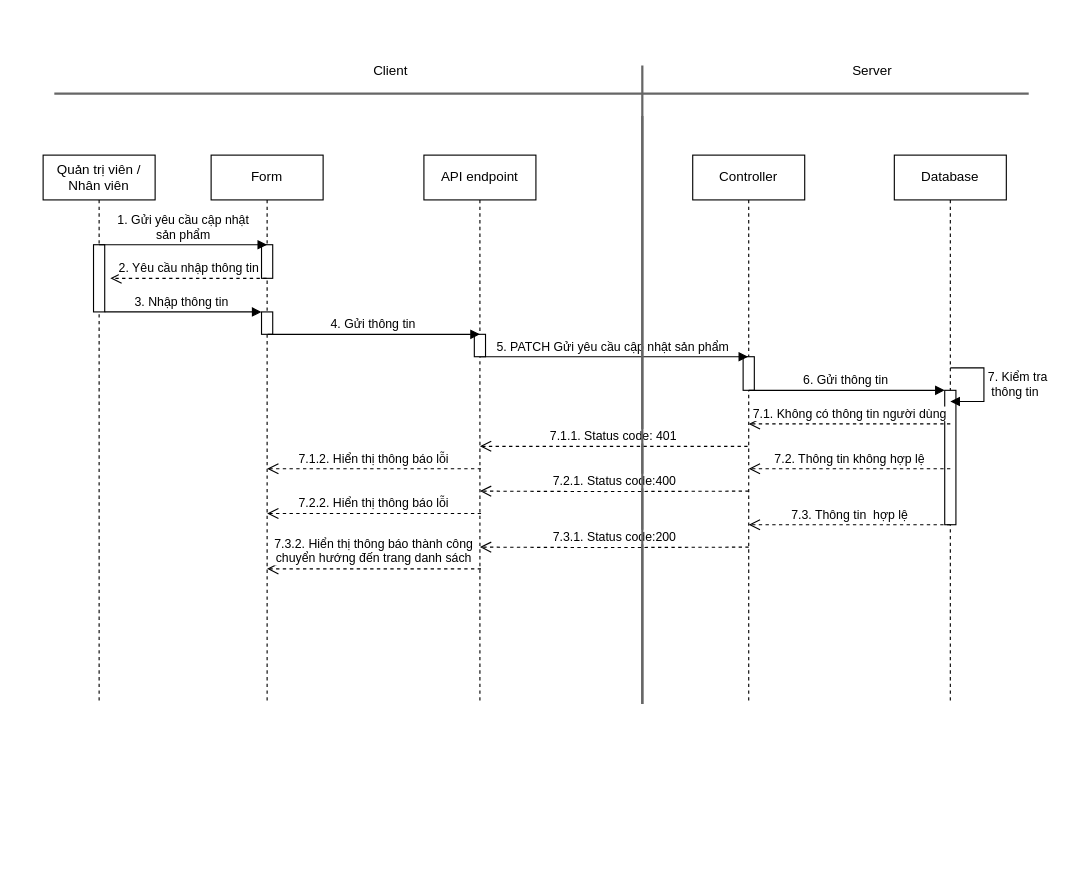
hieuNV0871/da keeps this draw.io diagram as page "Page-2" (2 of 5) of SD/SD_QUANLYSANPHAM.drawio. Above is the earlier version. Source tidied: cells renumbered, new cells numbered last; positions are measured from the earlier drawing's top-left corner, leaving out a move shared by most shapes. Both pictures are drawn from the tidied source at 112%, with x=0, y=0 at pixel (43, 54).
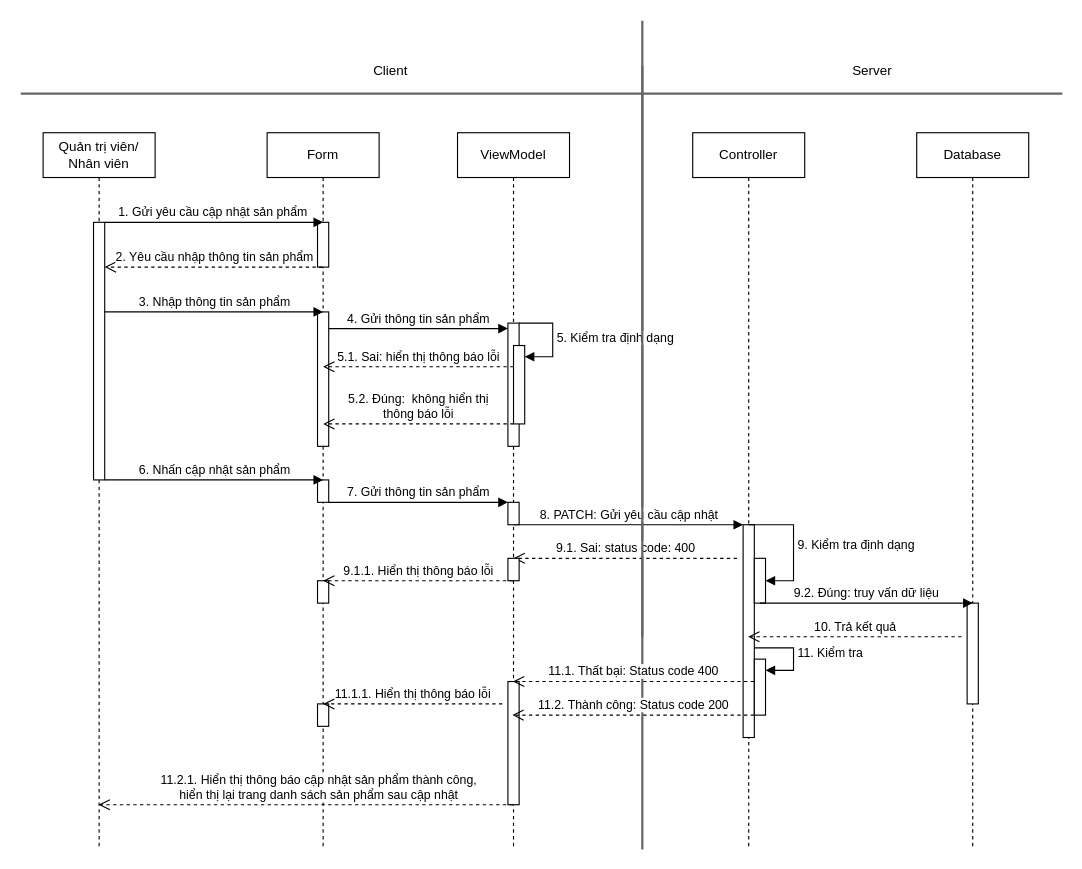
After the change.

Change to the diagram source:
```diff
@@
-    <mxCell id="2" value="Quản trị viên / Nhân viên" style="shape=umlLifeline;perimeter=lifelinePerimeter;whiteSpace=wrap;html=1;newEdgeStyle={&quot;curved&quot;:0,&quot;rounded&quot;:0};" parent="1" vertex="1">
-      <mxGeometry y="90" width="100" height="490" as="geometry" />
-    </mxCell>
-    <mxCell id="3" style="html=1;points=[[0,0,0,0,5],[0,1,0,0,-5],[1,0,0,0,5],[1,1,0,0,-5]];perimeter=orthogonalPerimeter;outlineConnect=0;targetShapes=umlLifeline;portConstraint=eastwest;newEdgeStyle={&quot;curved&quot;:0,&quot;rounded&quot;:0};" parent="2" vertex="1">
-      <mxGeometry x="45" y="80" width="10" height="60" as="geometry" />
-    </mxCell>
+    <mxCell id="34" style="line;strokeWidth=2;direction=south;html=1;fillColor=#f5f5f5;fontColor=#333333;strokeColor=#666666;" parent="1" vertex="1">
+      <mxGeometry x="530" y="-30" width="10" height="550" as="geometry" />
+    </mxCell>
+    <mxCell id="35" value="Quản trị viên/ Nhân viên" style="shape=umlLifeline;perimeter=lifelinePerimeter;whiteSpace=wrap;html=1;outlineConnect=0;portConstraint=eastwest;newEdgeStyle={&quot;curved&quot;:0,&quot;rounded&quot;:0};" parent="1" vertex="1">
+      <mxGeometry y="70" width="100" height="640" as="geometry" />
+    </mxCell>
+    <mxCell id="36" style="html=1;points=[[0,0,0,0,5],[0,1,0,0,-5],[1,0,0,0,5],[1,1,0,0,-5]];perimeter=orthogonalPerimeter;outlineConnect=0;targetShapes=umlLifeline;portConstraint=eastwest;newEdgeStyle={&quot;curved&quot;:0,&quot;rounded&quot;:0};" parent="35" vertex="1">
+      <mxGeometry x="45" y="80" width="10" height="230" as="geometry" />
+    </mxCell>
     <mxCell id="4" value="Form" style="shape=umlLifeline;perimeter=lifelinePerimeter;whiteSpace=wrap;html=1;outlineConnect=0;portConstraint=eastwest;newEdgeStyle={&quot;curved&quot;:0,&quot;rounded&quot;:0};" parent="1" vertex="1">
-      <mxGeometry x="150" y="90" width="100" height="490" as="geometry" />
+      <mxGeometry x="200" y="70" width="100" height="640" as="geometry" />
     </mxCell>
-    <mxCell id="5" style="html=1;perimeter=orthogonalPerimeter;targetShapes=umlLifeline;newEdgeStyle={&quot;curved&quot;:0,&quot;rounded&quot;:0};" parent="4" vertex="1">
-      <mxGeometry x="45" y="80" width="10" height="30" as="geometry" />
-    </mxCell>
-    <mxCell id="6" style="html=1;points=[[0,0,0,0,5],[0,1,0,0,-5],[1,0,0,0,5],[1,1,0,0,-5]];perimeter=orthogonalPerimeter;outlineConnect=0;targetShapes=umlLifeline;portConstraint=eastwest;newEdgeStyle={&quot;curved&quot;:0,&quot;rounded&quot;:0};" parent="4" vertex="1">
-      <mxGeometry x="45" y="140" width="10" height="20" as="geometry" />
-    </mxCell>
+    <mxCell id="37" style="html=1;perimeter=orthogonalPerimeter;targetShapes=umlLifeline;newEdgeStyle={&quot;curved&quot;:0,&quot;rounded&quot;:0};" parent="4" vertex="1">
+      <mxGeometry x="45" y="80" width="10" height="40" as="geometry" />
+    </mxCell>
+    <mxCell id="38" style="html=1;points=[[0,0,0,0,5],[0,1,0,0,-5],[1,0,0,0,5],[1,1,0,0,-5]];perimeter=orthogonalPerimeter;outlineConnect=0;targetShapes=umlLifeline;portConstraint=eastwest;newEdgeStyle={&quot;curved&quot;:0,&quot;rounded&quot;:0};" parent="4" vertex="1">
+      <mxGeometry x="45" y="160" width="10" height="120" as="geometry" />
+    </mxCell>
+    <mxCell id="39" style="html=1;perimeter=orthogonalPerimeter;targetShapes=umlLifeline;newEdgeStyle={&quot;curved&quot;:0,&quot;rounded&quot;:0};" parent="4" vertex="1">
+      <mxGeometry x="45" y="310" width="10" height="20" as="geometry" />
+    </mxCell>
+    <mxCell id="40" style="html=1;perimeter=orthogonalPerimeter;targetShapes=umlLifeline;newEdgeStyle={&quot;curved&quot;:0,&quot;rounded&quot;:0};" parent="4" vertex="1">
+      <mxGeometry x="45" y="400" width="10" height="20" as="geometry" />
+    </mxCell>
+    <mxCell id="41" style="html=1;perimeter=orthogonalPerimeter;targetShapes=umlLifeline;newEdgeStyle={&quot;curved&quot;:0,&quot;rounded&quot;:0};" parent="4" vertex="1">
+      <mxGeometry x="45" y="510" width="10" height="20" as="geometry" />
+    </mxCell>
     <mxCell id="7" value="Controller" style="shape=umlLifeline;perimeter=lifelinePerimeter;whiteSpace=wrap;html=1;outlineConnect=0;portConstraint=eastwest;newEdgeStyle={&quot;curved&quot;:0,&quot;rounded&quot;:0};" parent="1" vertex="1">
-      <mxGeometry x="580" y="90" width="100" height="490" as="geometry" />
+      <mxGeometry x="580" y="70" width="100" height="640" as="geometry" />
     </mxCell>
-    <mxCell id="8" style="html=1;perimeter=orthogonalPerimeter;targetShapes=umlLifeline;newEdgeStyle={&quot;curved&quot;:0,&quot;rounded&quot;:0};" parent="7" vertex="1">
-      <mxGeometry x="45" y="180" width="10" height="30" as="geometry" />
-    </mxCell>
-    <mxCell id="9" value="2. Yêu cầu nhập thông tin" style="html=1;verticalAlign=bottom;endArrow=open;dashed=1;endSize=8;curved=0;rounded=0;" parent="1" edge="1">
-      <mxGeometry relative="1" as="geometry">
-        <mxPoint x="199.5" y="200" as="sourcePoint" />
-        <mxPoint x="60" y="200" as="targetPoint" />
-        <Array as="points">
-          <mxPoint x="100" y="200" />
-        </Array>
-      </mxGeometry>
-    </mxCell>
-    <mxCell id="10" value="3. Nhập thông tin&amp;nbsp;" style="html=1;verticalAlign=bottom;endArrow=block;curved=0;rounded=0;" parent="1" edge="1" source="3" target="6">
-      <mxGeometry relative="1" as="geometry" />
-    </mxCell>
+    <mxCell id="42" style="html=1;points=[[0,0,0,0,5],[0,1,0,0,-5],[1,0,0,0,5],[1,1,0,0,-5]];perimeter=orthogonalPerimeter;outlineConnect=0;targetShapes=umlLifeline;portConstraint=eastwest;newEdgeStyle={&quot;curved&quot;:0,&quot;rounded&quot;:0};" parent="7" vertex="1">
+      <mxGeometry x="45" y="350" width="10" height="190" as="geometry" />
+    </mxCell>
+    <mxCell id="43" value="9. Kiểm tra định dạng" style="html=1;align=left;spacingLeft=2;endArrow=block;rounded=0;edgeStyle=orthogonalEdgeStyle;curved=0;rounded=0;exitX=0.5;exitY=0;exitDx=0;exitDy=0;exitPerimeter=0;" parent="7" edge="1" source="42" target="44">
+      <mxGeometry relative="1" as="geometry">
+        <Array as="points">
+          <mxPoint x="90" y="350" />
+          <mxPoint x="90" y="400" />
+        </Array>
+      </mxGeometry>
+    </mxCell>
+    <mxCell id="44" style="html=1;points=[[0,0,0,0,5],[0,1,0,0,-5],[1,0,0,0,5],[1,1,0,0,-5]];perimeter=orthogonalPerimeter;outlineConnect=0;targetShapes=umlLifeline;portConstraint=eastwest;newEdgeStyle={&quot;curved&quot;:0,&quot;rounded&quot;:0};" parent="7" vertex="1">
+      <mxGeometry x="55" y="380" width="10" height="40" as="geometry" />
+    </mxCell>
+    <mxCell id="45" style="html=1;points=[[0,0,0,0,5],[0,1,0,0,-5],[1,0,0,0,5],[1,1,0,0,-5]];perimeter=orthogonalPerimeter;outlineConnect=0;targetShapes=umlLifeline;portConstraint=eastwest;newEdgeStyle={&quot;curved&quot;:0,&quot;rounded&quot;:0};" parent="7" vertex="1">
+      <mxGeometry x="55" y="470" width="10" height="50" as="geometry" />
+    </mxCell>
+    <mxCell id="46" value="11. Kiểm tra" style="html=1;align=left;spacingLeft=2;endArrow=block;rounded=0;edgeStyle=orthogonalEdgeStyle;curved=0;rounded=0;" parent="7" edge="1" target="45">
+      <mxGeometry relative="1" as="geometry">
+        <mxPoint x="55" y="460" as="sourcePoint" />
+        <Array as="points">
+          <mxPoint x="90" y="460" />
+          <mxPoint x="90" y="480" />
+        </Array>
+      </mxGeometry>
+    </mxCell>
+    <mxCell id="47" value="2. Yêu cầu nhập thông tin sản phẩm" style="html=1;verticalAlign=bottom;endArrow=open;dashed=1;endSize=8;curved=0;rounded=0;" parent="1" edge="1" source="4" target="36">
+      <mxGeometry relative="1" as="geometry">
+        <Array as="points">
+          <mxPoint x="130" y="190" />
+        </Array>
+      </mxGeometry>
+    </mxCell>
+    <mxCell id="48" value="3. Nhập thông tin sản phẩm" style="html=1;verticalAlign=bottom;endArrow=block;curved=0;rounded=0;" parent="1" edge="1" source="36">
+      <mxGeometry relative="1" as="geometry">
+        <mxPoint x="250" y="230" as="targetPoint" />
+      </mxGeometry>
+    </mxCell>
-    <mxCell id="11" value="1. Gửi yêu cầu cập nhật&lt;br&gt;sản phẩm" style="html=1;verticalAlign=bottom;endArrow=block;curved=0;rounded=0;" parent="1" edge="1">
+    <mxCell id="11" value="1. Gửi yêu cầu cập nhật sản phẩm&amp;nbsp;" style="html=1;verticalAlign=bottom;endArrow=block;curved=0;rounded=0;" parent="1" edge="1">
       <mxGeometry relative="1" as="geometry">
-        <mxPoint x="50" y="170" as="sourcePoint" />
-        <mxPoint x="200" y="170" as="targetPoint" />
+        <mxPoint x="55" y="150" as="sourcePoint" />
+        <mxPoint x="250" y="150" as="targetPoint" />
       </mxGeometry>
     </mxCell>
-    <mxCell id="12" value="5. PATCH Gửi yêu cầu cập nhật sản phẩm&amp;nbsp;" style="html=1;verticalAlign=bottom;endArrow=block;curved=0;rounded=0;" parent="1" edge="1" target="7">
-      <mxGeometry relative="1" as="geometry">
-        <mxPoint x="390" y="270" as="sourcePoint" />
-      </mxGeometry>
-    </mxCell>
+    <mxCell id="49" value="8. PATCH: Gửi yêu cầu cập nhật" style="html=1;verticalAlign=bottom;endArrow=block;curved=0;rounded=0;" parent="1" edge="1">
+      <mxGeometry relative="1" as="geometry">
+        <mxPoint x="420" y="420" as="sourcePoint" />
+        <mxPoint x="625" y="420" as="targetPoint" />
+      </mxGeometry>
+    </mxCell>
+    <mxCell id="50" value="9.1. Sai: status code: 400" style="html=1;verticalAlign=bottom;endArrow=open;dashed=1;endSize=8;curved=0;rounded=0;" parent="1" edge="1">
+      <mxGeometry relative="1" as="geometry">
+        <mxPoint x="619.5" y="450" as="sourcePoint" />
+        <mxPoint x="420" y="450" as="targetPoint" />
+        <Array as="points">
+          <mxPoint x="495" y="450" />
+        </Array>
+      </mxGeometry>
+    </mxCell>
     <mxCell id="13" value="Database" style="shape=umlLifeline;perimeter=lifelinePerimeter;whiteSpace=wrap;html=1;newEdgeStyle={&quot;curved&quot;:0,&quot;rounded&quot;:0};" parent="1" vertex="1">
-      <mxGeometry x="760" y="90" width="100" height="490" as="geometry" />
+      <mxGeometry x="780" y="70" width="100" height="640" as="geometry" />
     </mxCell>
-    <mxCell id="14" style="html=1;points=[[0,0,0,0,5],[0,1,0,0,-5],[1,0,0,0,5],[1,1,0,0,-5]];perimeter=orthogonalPerimeter;outlineConnect=0;targetShapes=umlLifeline;portConstraint=eastwest;newEdgeStyle={&quot;curved&quot;:0,&quot;rounded&quot;:0};" parent="13" vertex="1">
-      <mxGeometry x="45" y="210" width="10" height="120" as="geometry" />
-    </mxCell>
-    <mxCell id="15" style="line;strokeWidth=2;html=1;fillColor=#f5f5f5;fontColor=#333333;strokeColor=#666666;" parent="1" vertex="1">
-      <mxGeometry x="10" y="30" width="870" height="10" as="geometry" />
-    </mxCell>
+    <mxCell id="51" style="html=1;perimeter=orthogonalPerimeter;targetShapes=umlLifeline;newEdgeStyle={&quot;curved&quot;:0,&quot;rounded&quot;:0};" parent="13" vertex="1">
+      <mxGeometry x="45" y="420" width="10" height="90" as="geometry" />
+    </mxCell>
+    <mxCell id="52" style="line;strokeWidth=2;html=1;fillColor=#f5f5f5;fontColor=#333333;strokeColor=#666666;" parent="1" vertex="1">
+      <mxGeometry x="-20" y="30" width="930" height="10" as="geometry" />
+    </mxCell>
@@
-    <mxCell id="18" style="line;strokeWidth=2;direction=south;html=1;fillColor=#f5f5f5;fontColor=#333333;strokeColor=#666666;" parent="1" vertex="1">
-      <mxGeometry x="530" y="10" width="10" height="570" as="geometry" />
-    </mxCell>
-    <mxCell id="19" value="API endpoint" style="shape=umlLifeline;perimeter=lifelinePerimeter;whiteSpace=wrap;html=1;newEdgeStyle={&quot;curved&quot;:0,&quot;rounded&quot;:0};" parent="1" vertex="1">
-      <mxGeometry x="340" y="90" width="100" height="490" as="geometry" />
-    </mxCell>
-    <mxCell id="20" style="html=1;perimeter=orthogonalPerimeter;targetShapes=umlLifeline;newEdgeStyle={&quot;curved&quot;:0,&quot;rounded&quot;:0};" parent="19" vertex="1">
-      <mxGeometry x="45" y="160" width="10" height="20" as="geometry" />
-    </mxCell>
-    <mxCell id="21" value="4. Gửi thông tin&amp;nbsp;" style="html=1;verticalAlign=bottom;endArrow=block;curved=0;rounded=0;" parent="1" edge="1">
-      <mxGeometry relative="1" as="geometry">
-        <mxPoint x="200.5" y="250" as="sourcePoint" />
-        <mxPoint x="390" y="250" as="targetPoint" />
-      </mxGeometry>
-    </mxCell>
-    <mxCell id="22" value="7. Kiểm tra&lt;br&gt;&amp;nbsp;thông tin" style="html=1;align=left;spacingLeft=2;endArrow=block;rounded=0;edgeStyle=orthogonalEdgeStyle;curved=0;rounded=0;" parent="1" edge="1">
-      <mxGeometry relative="1" as="geometry">
-        <mxPoint x="810" y="280" as="sourcePoint" />
-        <mxPoint x="810" y="310" as="targetPoint" />
-        <Array as="points">
-          <mxPoint x="840" y="310" />
-        </Array>
-      </mxGeometry>
-    </mxCell>
-    <mxCell id="23" value="6. Gửi thông tin&amp;nbsp;" style="html=1;verticalAlign=bottom;endArrow=block;curved=0;rounded=0;" parent="1" edge="1" target="14">
-      <mxGeometry relative="1" as="geometry">
-        <mxPoint x="630" y="300" as="sourcePoint" />
-      </mxGeometry>
-    </mxCell>
-    <mxCell id="24" value="7.1. Không có thông tin người dùng" style="html=1;verticalAlign=bottom;endArrow=open;dashed=1;endSize=8;curved=0;rounded=0;" parent="1" edge="1">
-      <mxGeometry relative="1" as="geometry">
-        <mxPoint x="810" y="330" as="sourcePoint" />
-        <mxPoint x="630" y="330" as="targetPoint" />
-        <Array as="points">
-          <mxPoint x="665.5" y="330" />
-        </Array>
-      </mxGeometry>
-    </mxCell>
-    <mxCell id="25" value="7.2. Thông tin không hợp lệ" style="html=1;verticalAlign=bottom;endArrow=open;dashed=1;endSize=8;curved=0;rounded=0;" parent="1" edge="1">
-      <mxGeometry relative="1" as="geometry">
-        <mxPoint x="810" y="370" as="sourcePoint" />
-        <mxPoint x="630" y="370" as="targetPoint" />
-      </mxGeometry>
-    </mxCell>
-    <mxCell id="26" value="7.1.1. Status code: 401" style="html=1;verticalAlign=bottom;endArrow=open;dashed=1;endSize=8;curved=0;rounded=0;" parent="1" edge="1">
-      <mxGeometry relative="1" as="geometry">
-        <mxPoint x="629" y="350" as="sourcePoint" />
-        <mxPoint x="390" y="350" as="targetPoint" />
-        <Array as="points">
-          <mxPoint x="490.5" y="350" />
-        </Array>
-      </mxGeometry>
-    </mxCell>
-    <mxCell id="27" value="7.2.1. Status code:400" style="html=1;verticalAlign=bottom;endArrow=open;dashed=1;endSize=8;curved=0;rounded=0;" parent="1" edge="1">
-      <mxGeometry relative="1" as="geometry">
-        <mxPoint x="630" y="390" as="sourcePoint" />
-        <mxPoint x="390" y="390" as="targetPoint" />
-        <Array as="points">
-          <mxPoint x="500.5" y="390.4" />
-        </Array>
-      </mxGeometry>
-    </mxCell>
-    <mxCell id="28" value="7.1.2. Hiển thị thông báo lỗi" style="html=1;verticalAlign=bottom;endArrow=open;dashed=1;endSize=8;curved=0;rounded=0;" parent="1" edge="1">
-      <mxGeometry relative="1" as="geometry">
-        <mxPoint x="391" y="370" as="sourcePoint" />
-        <mxPoint x="200" y="370" as="targetPoint" />
-      </mxGeometry>
-    </mxCell>
-    <mxCell id="29" value="7.3. Thông tin&amp;nbsp; hợp lệ" style="html=1;verticalAlign=bottom;endArrow=open;dashed=1;endSize=8;curved=0;rounded=0;" parent="1" edge="1">
-      <mxGeometry relative="1" as="geometry">
-        <mxPoint x="810" y="420" as="sourcePoint" />
-        <mxPoint x="630" y="420" as="targetPoint" />
-      </mxGeometry>
-    </mxCell>
-    <mxCell id="30" value="7.3.1. Status code:200" style="html=1;verticalAlign=bottom;endArrow=open;dashed=1;endSize=8;curved=0;rounded=0;" parent="1" edge="1">
-      <mxGeometry relative="1" as="geometry">
-        <mxPoint x="630" y="440" as="sourcePoint" />
-        <mxPoint x="390" y="440" as="targetPoint" />
-        <Array as="points">
-          <mxPoint x="500.5" y="440.4" />
-        </Array>
-      </mxGeometry>
-    </mxCell>
-    <mxCell id="31" style="line;strokeWidth=2;direction=south;html=1;fillColor=#f5f5f5;fontColor=#333333;strokeColor=#666666;" parent="1" vertex="1">
-      <mxGeometry x="530" y="55" width="10" height="525" as="geometry" />
-    </mxCell>
-    <mxCell id="32" value="7.2.2. Hiển thị thông báo lỗi" style="html=1;verticalAlign=bottom;endArrow=open;dashed=1;endSize=8;curved=0;rounded=0;" parent="1" edge="1">
-      <mxGeometry relative="1" as="geometry">
-        <mxPoint x="391" y="410" as="sourcePoint" />
-        <mxPoint x="200" y="410" as="targetPoint" />
-      </mxGeometry>
-    </mxCell>
-    <mxCell id="33" value="7.3.2. Hiển thị thông báo thành công&lt;br&gt;chuyển hướng đến trang danh sách" style="html=1;verticalAlign=bottom;endArrow=open;dashed=1;endSize=8;curved=0;rounded=0;" parent="1" edge="1">
-      <mxGeometry relative="1" as="geometry">
-        <mxPoint x="391" y="459.4" as="sourcePoint" />
-        <mxPoint x="200" y="459.4" as="targetPoint" />
-      </mxGeometry>
-    </mxCell>
+    <mxCell id="53" value="ViewModel" style="shape=umlLifeline;perimeter=lifelinePerimeter;whiteSpace=wrap;html=1;outlineConnect=0;portConstraint=eastwest;newEdgeStyle={&quot;curved&quot;:0,&quot;rounded&quot;:0};" parent="1" vertex="1">
+      <mxGeometry x="370" y="70" width="100" height="640" as="geometry" />
+    </mxCell>
+    <mxCell id="54" style="html=1;perimeter=orthogonalPerimeter;targetShapes=umlLifeline;newEdgeStyle={&quot;curved&quot;:0,&quot;rounded&quot;:0};" parent="53" vertex="1">
+      <mxGeometry x="45" y="170" width="10" height="110" as="geometry" />
+    </mxCell>
+    <mxCell id="55" value="5. Kiểm tra định dạng" style="html=1;align=left;spacingLeft=2;endArrow=block;rounded=0;edgeStyle=orthogonalEdgeStyle;curved=0;rounded=0;" parent="53" edge="1" target="56">
+      <mxGeometry relative="1" as="geometry">
+        <mxPoint x="55" y="170" as="sourcePoint" />
+        <Array as="points">
+          <mxPoint x="85" y="200" />
+        </Array>
+      </mxGeometry>
+    </mxCell>
+    <mxCell id="56" style="html=1;points=[[0,0,0,0,5],[0,1,0,0,-5],[1,0,0,0,5],[1,1,0,0,-5]];perimeter=orthogonalPerimeter;outlineConnect=0;targetShapes=umlLifeline;portConstraint=eastwest;newEdgeStyle={&quot;curved&quot;:0,&quot;rounded&quot;:0};" parent="53" vertex="1">
+      <mxGeometry x="50" y="190" width="10" height="70" as="geometry" />
+    </mxCell>
+    <mxCell id="57" style="html=1;perimeter=orthogonalPerimeter;targetShapes=umlLifeline;newEdgeStyle={&quot;curved&quot;:0,&quot;rounded&quot;:0};" parent="53" vertex="1">
+      <mxGeometry x="45" y="330" width="10" height="20" as="geometry" />
+    </mxCell>
+    <mxCell id="58" style="html=1;perimeter=orthogonalPerimeter;targetShapes=umlLifeline;newEdgeStyle={&quot;curved&quot;:0,&quot;rounded&quot;:0};" parent="53" vertex="1">
+      <mxGeometry x="45" y="380" width="10" height="20" as="geometry" />
+    </mxCell>
+    <mxCell id="59" style="html=1;perimeter=orthogonalPerimeter;targetShapes=umlLifeline;newEdgeStyle={&quot;curved&quot;:0,&quot;rounded&quot;:0};" parent="53" vertex="1">
+      <mxGeometry x="45" y="490" width="10" height="110" as="geometry" />
+    </mxCell>
+    <mxCell id="60" value="4. Gửi thông tin sản phẩm" style="html=1;verticalAlign=bottom;endArrow=block;curved=0;rounded=0;" parent="1" edge="1" source="38">
+      <mxGeometry relative="1" as="geometry">
+        <mxPoint x="415" y="244.9" as="targetPoint" />
+      </mxGeometry>
+    </mxCell>
+    <mxCell id="61" style="line;strokeWidth=2;direction=south;html=1;fillColor=#f5f5f5;fontColor=#333333;strokeColor=#666666;" parent="1" vertex="1">
+      <mxGeometry x="530" y="10" width="10" height="700" as="geometry" />
+    </mxCell>
+    <mxCell id="62" value="11.2.1. Hiển thị thông báo cập nhật sản phẩm thành công,&lt;br&gt;hiển thị lại trang danh sách sản phẩm sau cập nhật" style="html=1;verticalAlign=bottom;endArrow=open;dashed=1;endSize=8;curved=0;rounded=0;" parent="1" edge="1" source="53" target="35">
+      <mxGeometry x="-0.06" relative="1" as="geometry">
+        <Array as="points">
+          <mxPoint x="277.5" y="670" />
+        </Array>
+      </mxGeometry>
+    </mxCell>
+    <mxCell id="63" value="5.1. Sai: hiển thị thông báo lỗi" style="html=1;verticalAlign=bottom;endArrow=open;dashed=1;endSize=8;curved=0;rounded=0;" parent="1" edge="1" source="56">
+      <mxGeometry relative="1" as="geometry">
+        <mxPoint x="250" y="279" as="targetPoint" />
+      </mxGeometry>
+    </mxCell>
+    <mxCell id="64" value="5.2. Đúng:&amp;nbsp; không hiển thị &lt;br&gt;thông báo lỗi" style="html=1;verticalAlign=bottom;endArrow=open;dashed=1;endSize=8;curved=0;rounded=0;" parent="1" edge="1">
+      <mxGeometry relative="1" as="geometry">
+        <mxPoint x="420" y="330" as="sourcePoint" />
+        <mxPoint x="250" y="330" as="targetPoint" />
+      </mxGeometry>
+    </mxCell>
+    <mxCell id="65" value="6. Nhấn cập nhật sản phẩm" style="html=1;verticalAlign=bottom;endArrow=block;curved=0;rounded=0;" parent="1" edge="1">
+      <mxGeometry relative="1" as="geometry">
+        <mxPoint x="55" y="380" as="sourcePoint" />
+        <mxPoint x="250" y="380" as="targetPoint" />
+      </mxGeometry>
+    </mxCell>
+    <mxCell id="66" value="7. Gửi thông tin sản phẩm" style="html=1;verticalAlign=bottom;endArrow=block;curved=0;rounded=0;" parent="1" edge="1">
+      <mxGeometry relative="1" as="geometry">
+        <mxPoint x="255" y="400.1" as="sourcePoint" />
+        <mxPoint x="415" y="400" as="targetPoint" />
+      </mxGeometry>
+    </mxCell>
+    <mxCell id="67" value="9.1.1. Hiển thị thông báo lỗi" style="html=1;verticalAlign=bottom;endArrow=open;dashed=1;endSize=8;curved=0;rounded=0;" parent="1" edge="1">
+      <mxGeometry relative="1" as="geometry">
+        <mxPoint x="419.5" y="470" as="sourcePoint" />
+        <mxPoint x="250" y="470" as="targetPoint" />
+        <Array as="points">
+          <mxPoint x="295" y="470" />
+        </Array>
+      </mxGeometry>
+    </mxCell>
+    <mxCell id="68" value="9.2. Đúng: truy vấn dữ liệu" style="html=1;verticalAlign=bottom;endArrow=block;curved=0;rounded=0;" parent="1" edge="1">
+      <mxGeometry relative="1" as="geometry">
+        <mxPoint x="640" y="490" as="sourcePoint" />
+        <mxPoint x="830" y="490" as="targetPoint" />
+      </mxGeometry>
+    </mxCell>
+    <mxCell id="69" value="10. Trả kết quả" style="html=1;verticalAlign=bottom;endArrow=open;dashed=1;endSize=8;curved=0;rounded=0;" parent="1" edge="1" target="7">
+      <mxGeometry relative="1" as="geometry">
+        <mxPoint x="820" y="520" as="sourcePoint" />
+      </mxGeometry>
+    </mxCell>
+    <mxCell id="70" value="11.1. Thất bại: Status code 400" style="html=1;verticalAlign=bottom;endArrow=open;dashed=1;endSize=8;curved=0;rounded=0;" parent="1" edge="1" target="53">
+      <mxGeometry relative="1" as="geometry">
+        <mxPoint x="634.8" y="560" as="sourcePoint" />
+      </mxGeometry>
+    </mxCell>
+    <mxCell id="71" value="11.2. Thành công: Status code 200" style="html=1;verticalAlign=bottom;endArrow=open;dashed=1;endSize=8;curved=0;rounded=0;" parent="1" edge="1">
+      <mxGeometry relative="1" as="geometry">
+        <mxPoint x="634.8" y="590" as="sourcePoint" />
+        <mxPoint x="419" y="590" as="targetPoint" />
+      </mxGeometry>
+    </mxCell>
+    <mxCell id="72" value="11.1.1. Hiển thị thông báo lỗi" style="html=1;verticalAlign=bottom;endArrow=open;dashed=1;endSize=8;curved=0;rounded=0;" parent="1" edge="1">
+      <mxGeometry relative="1" as="geometry">
+        <mxPoint x="410" y="580" as="sourcePoint" />
+        <mxPoint x="250" y="580" as="targetPoint" />
+        <Array as="points">
+          <mxPoint x="285" y="580" />
+        </Array>
+      </mxGeometry>
+    </mxCell>
```
